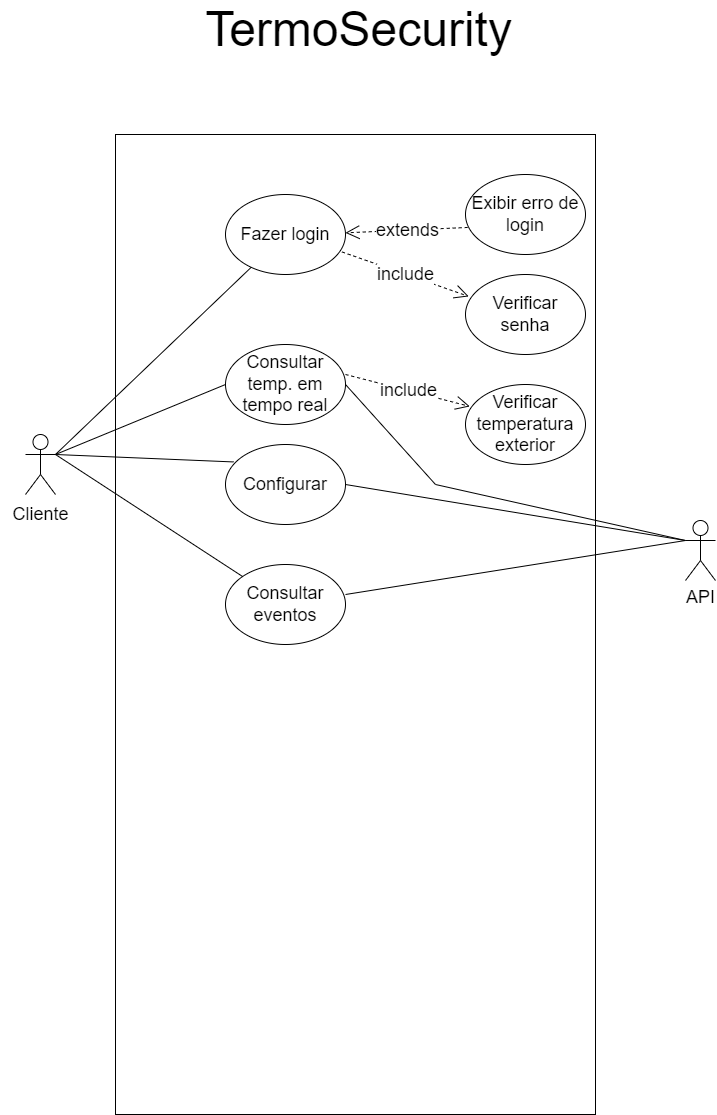
This is docs/diagramas/diagrama_casos_de_uso.png from MateusVS/PI-4-DSM-Fatec-Araras, a draw.io export, as it was before one commit. Source tidied: cells renumbered, new cells last; positions are measured from the earlier drawing's top-left corner, leaving out a move shared by most shapes.
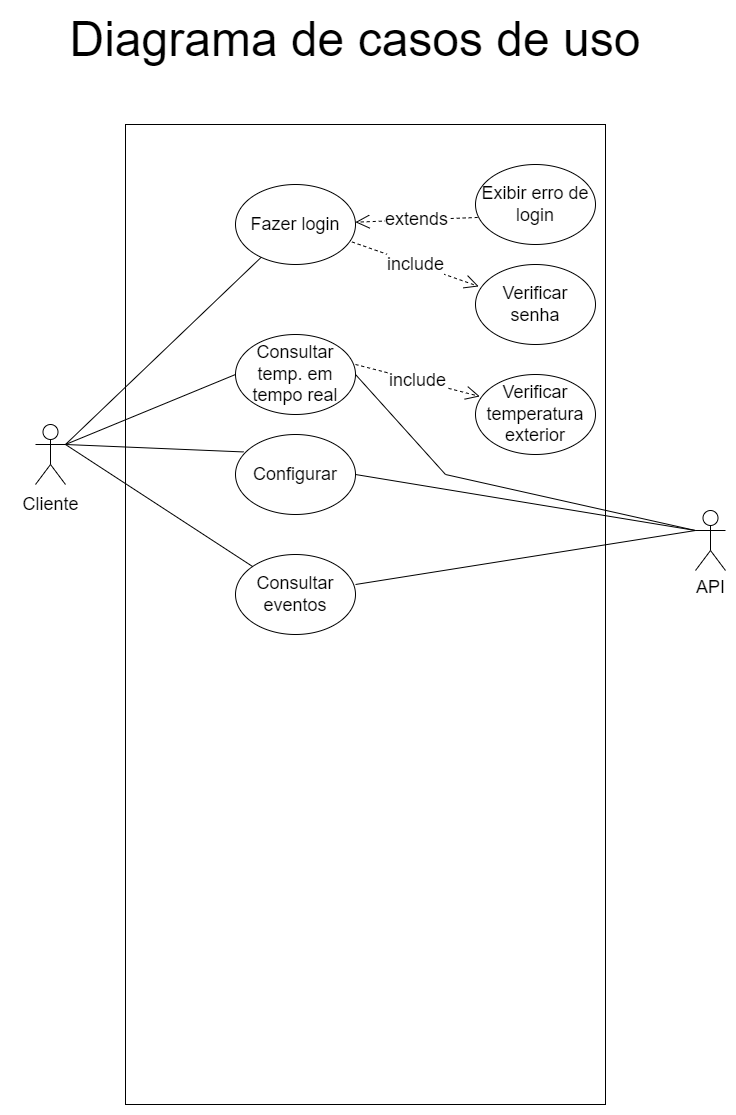
After the commit.

Commit message:
atualizando diagrama de casos de uso

What changed in the source:
```diff
@@ -2,8 +2,8 @@
   <root>
     <mxCell id="0" />
     <mxCell id="1" parent="0" />
-    <mxCell id="2" value="&lt;font style=&quot;font-size: 48px;&quot;&gt;TermoSecurity&lt;/font&gt;" style="text;html=1;strokeColor=none;fillColor=none;align=center;verticalAlign=middle;whiteSpace=wrap;rounded=0;" parent="1" vertex="1">
-      <mxGeometry x="209" width="299" height="30" as="geometry" />
+    <mxCell id="2" value="&lt;font style=&quot;font-size: 48px;&quot;&gt;Diagrama de casos de uso&lt;/font&gt;" style="text;html=1;strokeColor=none;fillColor=none;align=center;verticalAlign=middle;whiteSpace=wrap;rounded=0;" parent="1" vertex="1">
+      <mxGeometry x="15" y="20" width="660" height="30" as="geometry" />
     </mxCell>
     <mxCell id="3" style="shape=umlActor;verticalLabelPosition=bottom;verticalAlign=top;html=1;outlineConnect=0;fontSize=48;" parent="1" vertex="1">
       <mxGeometry x="25" y="420" width="30" height="60" as="geometry" />
```
